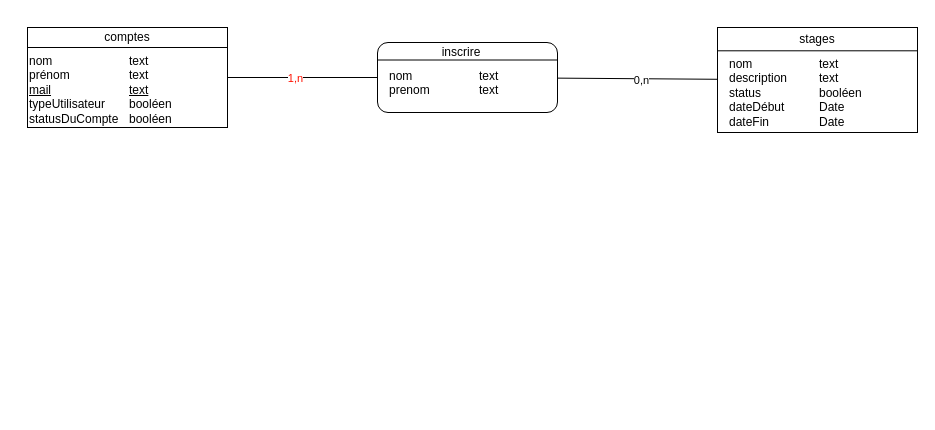
Above: Documentation/MCD/MCD.drawio in AmosLeCoq/TPI (draw.io), before the change. Source tidied: cells renumbered, new cells numbered last; positions are measured from the earlier drawing's top-left corner, leaving out a move shared by most shapes. Both pictures are drawn from the tidied source at 100%, with x=0, y=0 at pixel (27, 27).
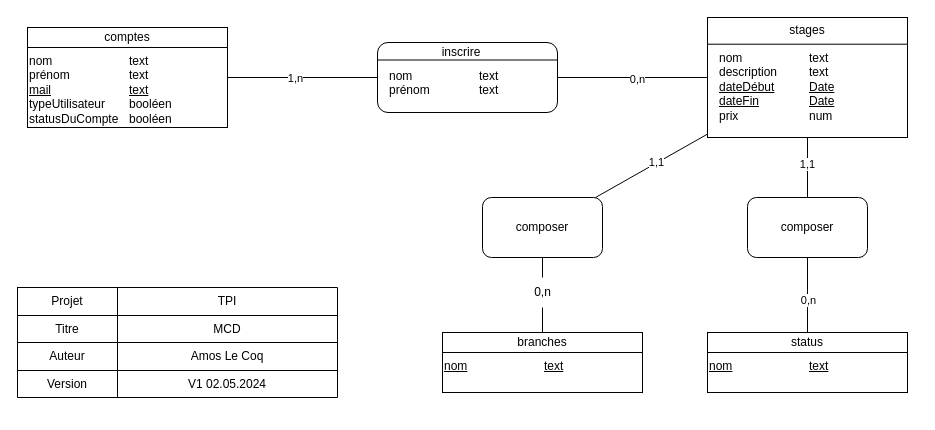
The same diagram, later.

Unchanged cells that the change refers to:
```xml
<mxCell id="16" style="endArrow=none;html=1;rounded=0;" parent="1" edge="1">
  <mxGeometry relative="1" as="geometry">
    <mxPoint x="200" y="50" as="sourcePoint" />
    <mxPoint x="350" y="50" as="targetPoint" />
  </mxGeometry>
</mxCell>
```

Diff of the diagram source:
```diff
@@
     <mxCell id="6" style="group;" parent="1" vertex="1">
-      <mxGeometry x="690" width="200" height="105" as="geometry" />
+      <mxGeometry x="680" y="-10" width="200" height="120" as="geometry" />
     </mxCell>
     <mxCell id="7" value="&lt;div style=&quot;box-sizing: border-box ; width: 100% ; padding: 2px&quot;&gt;&lt;br&gt;&lt;/div&gt;" style="verticalAlign=top;align=center;overflow=fill;html=1;rounded=0;shadow=0;comic=0;labelBackgroundColor=none;strokeColor=#000000;strokeWidth=1;fillColor=#ffffff;fontFamily=Verdana;fontSize=12;fontColor=#000000;" parent="6" vertex="1">
-      <mxGeometry width="200" height="105" as="geometry" />
+      <mxGeometry width="200" height="120" as="geometry" />
     </mxCell>
     <mxCell id="8" value="stages" style="rounded=0;whiteSpace=wrap;html=1;" parent="6" vertex="1">
-      <mxGeometry width="200" height="23.3" as="geometry" />
+      <mxGeometry width="200" height="26.7" as="geometry" />
     </mxCell>
-    <mxCell id="9" value="nom&lt;br&gt;description&lt;br&gt;status&lt;br&gt;dateDébut&lt;br&gt;dateFin&lt;br&gt;" style="text;html=1;strokeColor=none;fillColor=none;align=left;verticalAlign=top;whiteSpace=wrap;rounded=0;" parent="6" vertex="1">
-      <mxGeometry x="10" y="23.3" width="90" height="23.3" as="geometry" />
+    <mxCell id="9" value="nom&lt;br&gt;description&lt;br&gt;&lt;u&gt;dateDébut&lt;/u&gt;&lt;br&gt;&lt;u&gt;dateFin&lt;/u&gt;&lt;br&gt;prix" style="text;html=1;strokeColor=none;fillColor=none;align=left;verticalAlign=top;whiteSpace=wrap;rounded=0;" parent="6" vertex="1">
+      <mxGeometry x="10" y="26.7" width="90" height="26.7" as="geometry" />
     </mxCell>
-    <mxCell id="10" value="text&lt;br&gt;text&lt;br&gt;booléen&lt;br&gt;Date&lt;br&gt;Date&lt;br&gt;" style="text;html=1;strokeColor=none;fillColor=none;align=left;verticalAlign=top;whiteSpace=wrap;rounded=0;" parent="6" vertex="1">
-      <mxGeometry x="100" y="23.3" width="100" height="23.3" as="geometry" />
+    <mxCell id="10" value="text&lt;br&gt;text&lt;br&gt;&lt;u&gt;Date&lt;/u&gt;&lt;br&gt;&lt;u&gt;Date&lt;/u&gt;&lt;br&gt;num" style="text;html=1;strokeColor=none;fillColor=none;align=left;verticalAlign=top;whiteSpace=wrap;rounded=0;" parent="6" vertex="1">
+      <mxGeometry x="100" y="26.7" width="100" height="26.7" as="geometry" />
     </mxCell>
@@
-    <mxCell id="12" value="nom&lt;br&gt;prenom" style="text;html=1;strokeColor=none;fillColor=none;align=left;verticalAlign=top;whiteSpace=wrap;rounded=0;" parent="1" vertex="1">
+    <mxCell id="12" value="nom&lt;br&gt;prénom" style="text;html=1;strokeColor=none;fillColor=none;align=left;verticalAlign=top;whiteSpace=wrap;rounded=0;" parent="1" vertex="1">
       <mxGeometry x="360" y="35" width="90" height="20" as="geometry" />
     </mxCell>
@@
-    <mxCell id="17" value="1,n" style="edgeLabel;html=1;align=center;verticalAlign=middle;fontColor=#FF1100;" parent="16" vertex="1">
+    <mxCell id="17" value="1,n" style="edgeLabel;html=1;align=center;verticalAlign=middle;fontColor=#000000;" parent="16" vertex="1">
       <mxGeometry x="-0.11" y="1" relative="1" as="geometry">
         <mxPoint y="1" as="offset" />
       </mxGeometry>
     </mxCell>
@@
+    <mxCell id="20" style="shape=table;html=1;whiteSpace=wrap;startSize=0;childLayout=tableLayout;" parent="1" vertex="1">
+      <mxGeometry x="-10" y="260" width="320" height="110" as="geometry" />
+    </mxCell>
+    <mxCell id="21" style="shape=partialRectangle;html=1;whiteSpace=wrap;fillColor=none;top=0;left=0;bottom=0;right=0;" parent="20" vertex="1">
+      <mxGeometry width="320" height="28" as="geometry" />
+    </mxCell>
+    <mxCell id="22" value="Projet" style="shape=partialRectangle;html=1;whiteSpace=wrap;overflow=hidden;fillColor=none;top=0;left=0;bottom=0;right=0;" parent="21" vertex="1">
+      <mxGeometry width="100" height="28" as="geometry" />
+    </mxCell>
+    <mxCell id="23" value="TPI" style="shape=partialRectangle;html=1;whiteSpace=wrap;overflow=hidden;fillColor=none;top=0;left=0;bottom=0;right=0;" parent="21" vertex="1">
+      <mxGeometry x="100" width="220" height="28" as="geometry" />
+    </mxCell>
+    <mxCell id="24" style="shape=partialRectangle;html=1;whiteSpace=wrap;fillColor=none;top=0;left=0;bottom=0;right=0;" parent="20" vertex="1">
+      <mxGeometry y="28" width="320" height="27" as="geometry" />
+    </mxCell>
+    <mxCell id="25" value="Titre" style="shape=partialRectangle;html=1;whiteSpace=wrap;overflow=hidden;fillColor=none;top=0;left=0;bottom=0;right=0;" parent="24" vertex="1">
+      <mxGeometry width="100" height="27" as="geometry" />
+    </mxCell>
+    <mxCell id="26" value="MCD" style="shape=partialRectangle;html=1;whiteSpace=wrap;overflow=hidden;fillColor=none;top=0;left=0;bottom=0;right=0;" parent="24" vertex="1">
+      <mxGeometry x="100" width="220" height="27" as="geometry" />
+    </mxCell>
+    <mxCell id="27" style="shape=partialRectangle;html=1;whiteSpace=wrap;fillColor=none;top=0;left=0;bottom=0;right=0;" parent="20" vertex="1">
+      <mxGeometry y="55" width="320" height="28" as="geometry" />
+    </mxCell>
+    <mxCell id="28" value="Auteur" style="shape=partialRectangle;html=1;whiteSpace=wrap;overflow=hidden;fillColor=none;top=0;left=0;bottom=0;right=0;" parent="27" vertex="1">
+      <mxGeometry width="100" height="28" as="geometry" />
+    </mxCell>
+    <mxCell id="29" value="Amos Le Coq" style="shape=partialRectangle;html=1;whiteSpace=wrap;overflow=hidden;fillColor=none;top=0;left=0;bottom=0;right=0;" parent="27" vertex="1">
+      <mxGeometry x="100" width="220" height="28" as="geometry" />
+    </mxCell>
+    <mxCell id="30" style="shape=partialRectangle;html=1;whiteSpace=wrap;fillColor=none;top=0;left=0;bottom=0;right=0;" parent="20" vertex="1">
+      <mxGeometry y="83" width="320" height="27" as="geometry" />
+    </mxCell>
+    <mxCell id="31" value="Version" style="shape=partialRectangle;html=1;whiteSpace=wrap;overflow=hidden;fillColor=none;top=0;left=0;bottom=0;right=0;" parent="30" vertex="1">
+      <mxGeometry width="100" height="27" as="geometry" />
+    </mxCell>
+    <mxCell id="32" value="V1&amp;nbsp;02.05.2024" style="shape=partialRectangle;html=1;whiteSpace=wrap;overflow=hidden;fillColor=none;top=0;left=0;bottom=0;right=0;" parent="30" vertex="1">
+      <mxGeometry x="100" width="220" height="27" as="geometry" />
+    </mxCell>
+    <mxCell id="33" value="&lt;div style=&quot;box-sizing: border-box ; width: 100% ; padding: 2px&quot;&gt;&lt;br&gt;&lt;/div&gt;" style="verticalAlign=top;align=center;overflow=fill;html=1;rounded=0;shadow=0;comic=0;labelBackgroundColor=none;strokeColor=#000000;strokeWidth=1;fillColor=#ffffff;fontFamily=Verdana;fontSize=12;fontColor=#000000;" parent="1" vertex="1">
+      <mxGeometry x="680" y="305" width="200" height="60" as="geometry" />
+    </mxCell>
+    <mxCell id="34" value="status" style="rounded=0;whiteSpace=wrap;html=1;" parent="1" vertex="1">
+      <mxGeometry x="680" y="305" width="200" height="20" as="geometry" />
+    </mxCell>
+    <mxCell id="35" value="&lt;u&gt;nom&lt;span style=&quot;white-space: pre;&quot;&gt;&#9;&lt;/span&gt;&lt;/u&gt;" style="text;html=1;strokeColor=none;fillColor=none;align=left;verticalAlign=top;whiteSpace=wrap;rounded=0;" parent="1" vertex="1">
+      <mxGeometry x="680" y="325" width="90" height="35" as="geometry" />
+    </mxCell>
+    <mxCell id="36" value="&lt;u&gt;text&lt;/u&gt;" style="text;html=1;strokeColor=none;fillColor=none;align=left;verticalAlign=top;whiteSpace=wrap;rounded=0;" parent="1" vertex="1">
+      <mxGeometry x="780" y="325" width="100" height="35" as="geometry" />
+    </mxCell>
+    <mxCell id="37" value="&lt;div style=&quot;box-sizing: border-box ; width: 100% ; padding: 2px&quot;&gt;&lt;br&gt;&lt;/div&gt;" style="verticalAlign=top;align=center;overflow=fill;html=1;rounded=0;shadow=0;comic=0;labelBackgroundColor=none;strokeColor=#000000;strokeWidth=1;fillColor=#ffffff;fontFamily=Verdana;fontSize=12;fontColor=#000000;" parent="1" vertex="1">
+      <mxGeometry x="415" y="305" width="200" height="60" as="geometry" />
+    </mxCell>
+    <mxCell id="38" value="branches" style="rounded=0;whiteSpace=wrap;html=1;" parent="1" vertex="1">
+      <mxGeometry x="415" y="305" width="200" height="20" as="geometry" />
+    </mxCell>
+    <mxCell id="39" value="&lt;u&gt;nom&lt;span style=&quot;white-space: pre;&quot;&gt;&#9;&lt;/span&gt;&lt;/u&gt;" style="text;html=1;strokeColor=none;fillColor=none;align=left;verticalAlign=top;whiteSpace=wrap;rounded=0;" parent="1" vertex="1">
+      <mxGeometry x="415" y="325" width="90" height="60" as="geometry" />
+    </mxCell>
+    <mxCell id="40" value="&lt;u&gt;text&lt;/u&gt;" style="text;html=1;strokeColor=none;fillColor=none;align=left;verticalAlign=top;whiteSpace=wrap;rounded=0;" parent="1" vertex="1">
+      <mxGeometry x="515" y="325" width="100" height="30" as="geometry" />
+    </mxCell>
+    <mxCell id="41" style="endArrow=none;html=1;rounded=0;" parent="1" edge="1" source="46" target="38">
+      <mxGeometry relative="1" as="geometry" />
+    </mxCell>
+    <mxCell id="42" style="endArrow=none;html=1;rounded=0;" parent="1" edge="1" source="7" target="44">
+      <mxGeometry relative="1" as="geometry" />
+    </mxCell>
+    <mxCell id="43" value="1,1" style="edgeLabel;html=1;align=center;verticalAlign=middle;" parent="42" vertex="1">
+      <mxGeometry x="-0.09" y="-1" relative="1" as="geometry" />
+    </mxCell>
+    <mxCell id="44" value="composer" style="rounded=1;whiteSpace=wrap;html=1;" parent="1" vertex="1">
+      <mxGeometry x="455" y="170" width="120" height="60" as="geometry" />
+    </mxCell>
+    <mxCell id="45" style="endArrow=none;html=1;rounded=0;" parent="1" edge="1" source="44" target="46">
+      <mxGeometry relative="1" as="geometry" />
+    </mxCell>
+    <mxCell id="46" value="0,n" style="text;html=1;align=center;verticalAlign=middle;points=[];strokeColor=none;fillColor=none;" parent="1" vertex="1">
+      <mxGeometry x="495" y="250" width="40" height="30" as="geometry" />
+    </mxCell>
+    <mxCell id="47" value="composer" style="rounded=1;whiteSpace=wrap;html=1;" parent="1" vertex="1">
+      <mxGeometry x="720" y="170" width="120" height="60" as="geometry" />
+    </mxCell>
+    <mxCell id="48" style="endArrow=none;html=1;rounded=0;exitX=0.5;exitY=0;exitDx=0;exitDy=0;" parent="1" edge="1" source="34" target="47">
+      <mxGeometry relative="1" as="geometry" />
+    </mxCell>
+    <mxCell id="49" value="0,n" style="edgeLabel;html=1;align=center;verticalAlign=middle;" parent="48" vertex="1">
+      <mxGeometry x="-0.12" y="-5" relative="1" as="geometry">
+        <mxPoint x="-5" as="offset" />
+      </mxGeometry>
+    </mxCell>
+    <mxCell id="50" style="endArrow=none;html=1;rounded=0;" parent="1" edge="1" source="47" target="7">
+      <mxGeometry relative="1" as="geometry" />
+    </mxCell>
+    <mxCell id="51" value="1,1" style="edgeLabel;html=1;align=center;verticalAlign=middle;" parent="50" vertex="1">
+      <mxGeometry x="0.13" y="1" relative="1" as="geometry" />
+    </mxCell>
```
